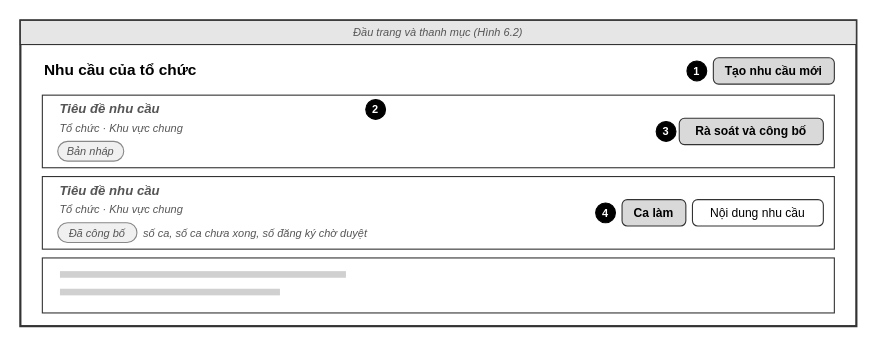
Before: docs/giao_dien/drawio/M06_Danh_sach_nhu_cau.drawio in kanishere55/OOSD_NenTangDieuPhoi_TNV, a draw.io diagram. Source tidied: cells renumbered, new cells numbered last; positions are measured from the earlier drawing's top-left corner, leaving out a move shared by most shapes. Both pictures are drawn from the tidied source at 110%, with x=0, y=0 at pixel (20, 20).
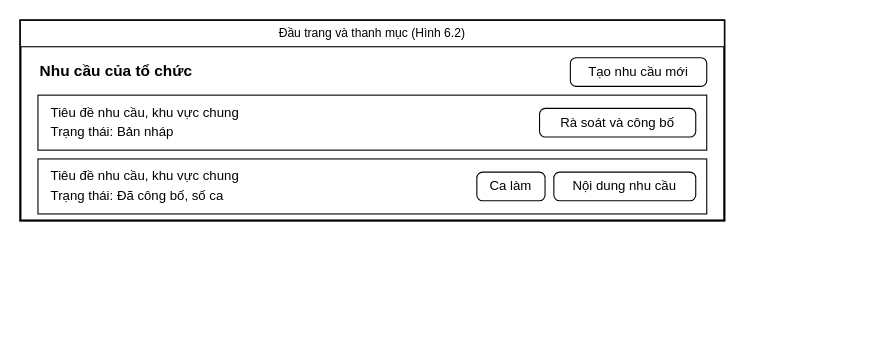
Above is the later version.

The edit, as a diff of the source:
```diff
@@
-    <mxCell id="2" style="rounded=0;whiteSpace=wrap;html=1;fillColor=#ffffff;strokeColor=#333333;strokeWidth=2;" parent="1" vertex="1">
-      <mxGeometry width="760" height="278" as="geometry" />
+    <mxCell id="2" style="rounded=0;whiteSpace=wrap;html=1;fillColor=#ffffff;strokeColor=#000000;strokeWidth=2;" parent="1" vertex="1">
+      <mxGeometry width="640" height="182" as="geometry" />
     </mxCell>
-    <mxCell id="3" value="Đầu trang và thanh mục (Hình 6.2)" style="rounded=0;whiteSpace=wrap;html=1;fillColor=#e6e6e6;strokeColor=#333333;fontSize=10;fontStyle=2;fontColor=#555555;" parent="1" vertex="1">
-      <mxGeometry width="760" height="22" as="geometry" />
+    <mxCell id="3" value="Đầu trang và thanh mục (Hình 6.2)" style="rounded=0;whiteSpace=wrap;html=1;fillColor=#ffffff;strokeColor=#000000;fontColor=#000000;fontSize=11;align=center;" parent="1" vertex="1">
+      <mxGeometry width="640" height="24" as="geometry" />
     </mxCell>
-    <mxCell id="4" value="Nhu cầu của tổ chức" style="text;html=1;strokeColor=none;fillColor=none;align=left;verticalAlign=middle;whiteSpace=wrap;rounded=0;fontSize=14;fontStyle=1;fontColor=#000000;" parent="1" vertex="1">
-      <mxGeometry x="20" y="34" width="400" height="22" as="geometry" />
+    <mxCell id="4" value="Nhu cầu của tổ chức" style="text;html=1;strokeColor=none;fillColor=none;whiteSpace=wrap;verticalAlign=middle;fontColor=#000000;align=left;fontSize=14;fontStyle=1;" parent="1" vertex="1">
+      <mxGeometry x="16" y="34" width="300" height="24" as="geometry" />
     </mxCell>
-    <mxCell id="5" value="Tạo nhu cầu mới" style="rounded=1;arcSize=20;whiteSpace=wrap;html=1;fontSize=11;strokeColor=#333333;fillColor=#d9d9d9;fontStyle=1;" parent="1" vertex="1">
-      <mxGeometry x="630" y="34" width="110" height="24" as="geometry" />
+    <mxCell id="5" value="Tạo nhu cầu mới" style="rounded=1;arcSize=20;whiteSpace=wrap;html=1;fillColor=#ffffff;strokeColor=#000000;fontColor=#000000;fontSize=12;" parent="1" vertex="1">
+      <mxGeometry x="500" y="34" width="124" height="26" as="geometry" />
     </mxCell>
-    <mxCell id="6" value="1" style="ellipse;whiteSpace=wrap;html=1;fillColor=#000000;strokeColor=#000000;fontColor=#ffffff;fontSize=10;fontStyle=1;" parent="1" vertex="1">
-      <mxGeometry x="606" y="37" width="18" height="18" as="geometry" />
+    <mxCell id="6" style="rounded=0;whiteSpace=wrap;html=1;fillColor=#ffffff;strokeColor=#000000;fontColor=#000000;fontSize=12;align=center;" parent="1" vertex="1">
+      <mxGeometry x="16" y="68" width="608" height="50" as="geometry" />
     </mxCell>
-    <mxCell id="7" style="rounded=0;arcSize=8;whiteSpace=wrap;html=1;fillColor=#ffffff;strokeColor=#333333;" parent="1" vertex="1">
-      <mxGeometry x="20" y="68" width="720" height="66" as="geometry" />
+    <mxCell id="7" value="Tiêu đề nhu cầu, khu vực chung" style="text;html=1;strokeColor=none;fillColor=none;whiteSpace=wrap;verticalAlign=middle;fontColor=#000000;align=left;fontSize=12;fontStyle=0;" parent="1" vertex="1">
+      <mxGeometry x="26" y="75" width="588" height="18" as="geometry" />
     </mxCell>
-    <mxCell id="8" value="Tiêu đề nhu cầu" style="text;html=1;strokeColor=none;fillColor=none;align=left;verticalAlign=middle;whiteSpace=wrap;rounded=0;fontSize=12;fontStyle=3;fontColor=#555555;" parent="1" vertex="1">
-      <mxGeometry x="34" y="72" width="300" height="18" as="geometry" />
+    <mxCell id="8" value="Trạng thái: Bản nháp" style="text;html=1;strokeColor=none;fillColor=none;whiteSpace=wrap;verticalAlign=middle;fontColor=#000000;align=left;fontSize=12;fontStyle=0;" parent="1" vertex="1">
+      <mxGeometry x="26" y="93" width="588" height="18" as="geometry" />
     </mxCell>
-    <mxCell id="9" value="Tổ chức · Khu vực chung" style="text;html=1;strokeColor=none;fillColor=none;align=left;verticalAlign=middle;whiteSpace=wrap;rounded=0;fontSize=10;fontStyle=2;fontColor=#555555;" parent="1" vertex="1">
-      <mxGeometry x="34" y="90" width="300" height="16" as="geometry" />
+    <mxCell id="9" value="Rà soát và công bố" style="rounded=1;arcSize=20;whiteSpace=wrap;html=1;fillColor=#ffffff;strokeColor=#000000;fontColor=#000000;fontSize=12;" parent="1" vertex="1">
+      <mxGeometry x="472" y="80" width="142" height="26" as="geometry" />
     </mxCell>
-    <mxCell id="10" value="Bản nháp" style="rounded=1;arcSize=50;whiteSpace=wrap;html=1;fontSize=10;fontStyle=2;fontColor=#555555;fillColor=#f0f0f0;strokeColor=#888888;" parent="1" vertex="1">
-      <mxGeometry x="34" y="110" width="60" height="18" as="geometry" />
+    <mxCell id="10" style="rounded=0;whiteSpace=wrap;html=1;fillColor=#ffffff;strokeColor=#000000;fontColor=#000000;fontSize=12;align=center;" parent="1" vertex="1">
+      <mxGeometry x="16" y="126" width="608" height="50" as="geometry" />
     </mxCell>
-    <mxCell id="11" value="2" style="ellipse;whiteSpace=wrap;html=1;fillColor=#000000;strokeColor=#000000;fontColor=#ffffff;fontSize=10;fontStyle=1;" parent="1" vertex="1">
-      <mxGeometry x="314" y="72" width="18" height="18" as="geometry" />
+    <mxCell id="11" value="Tiêu đề nhu cầu, khu vực chung" style="text;html=1;strokeColor=none;fillColor=none;whiteSpace=wrap;verticalAlign=middle;fontColor=#000000;align=left;fontSize=12;fontStyle=0;" parent="1" vertex="1">
+      <mxGeometry x="26" y="133" width="588" height="18" as="geometry" />
     </mxCell>
-    <mxCell id="12" value="Rà soát và công bố" style="rounded=1;arcSize=20;whiteSpace=wrap;html=1;fontSize=11;strokeColor=#333333;fillColor=#d9d9d9;fontStyle=1;" parent="1" vertex="1">
-      <mxGeometry x="599" y="89" width="131" height="24" as="geometry" />
+    <mxCell id="12" value="Trạng thái: Đã công bố, số ca" style="text;html=1;strokeColor=none;fillColor=none;whiteSpace=wrap;verticalAlign=middle;fontColor=#000000;align=left;fontSize=12;fontStyle=0;" parent="1" vertex="1">
+      <mxGeometry x="26" y="151" width="588" height="18" as="geometry" />
     </mxCell>
-    <mxCell id="13" value="3" style="ellipse;whiteSpace=wrap;html=1;fillColor=#000000;strokeColor=#000000;fontColor=#ffffff;fontSize=10;fontStyle=1;" parent="1" vertex="1">
-      <mxGeometry x="578" y="92" width="18" height="18" as="geometry" />
+    <mxCell id="13" value="Nội dung nhu cầu" style="rounded=1;arcSize=20;whiteSpace=wrap;html=1;fillColor=#ffffff;strokeColor=#000000;fontColor=#000000;fontSize=12;" parent="1" vertex="1">
+      <mxGeometry x="485" y="138" width="129" height="26" as="geometry" />
     </mxCell>
-    <mxCell id="14" style="rounded=0;arcSize=8;whiteSpace=wrap;html=1;fillColor=#ffffff;strokeColor=#333333;" parent="1" vertex="1">
-      <mxGeometry x="20" y="142" width="720" height="66" as="geometry" />
+    <mxCell id="14" value="Ca làm" style="rounded=1;arcSize=20;whiteSpace=wrap;html=1;fillColor=#ffffff;strokeColor=#000000;fontColor=#000000;fontSize=12;" parent="1" vertex="1">
+      <mxGeometry x="415" y="138" width="62" height="26" as="geometry" />
     </mxCell>
-    <mxCell id="15" value="Tiêu đề nhu cầu" style="text;html=1;strokeColor=none;fillColor=none;align=left;verticalAlign=middle;whiteSpace=wrap;rounded=0;fontSize=12;fontStyle=3;fontColor=#555555;" parent="1" vertex="1">
-      <mxGeometry x="34" y="146" width="300" height="18" as="geometry" />
-    </mxCell>
-    <mxCell id="16" value="Tổ chức · Khu vực chung" style="text;html=1;strokeColor=none;fillColor=none;align=left;verticalAlign=middle;whiteSpace=wrap;rounded=0;fontSize=10;fontStyle=2;fontColor=#555555;" parent="1" vertex="1">
-      <mxGeometry x="34" y="164" width="300" height="16" as="geometry" />
-    </mxCell>
-    <mxCell id="17" value="Đã công bố" style="rounded=1;arcSize=50;whiteSpace=wrap;html=1;fontSize=10;fontStyle=2;fontColor=#555555;fillColor=#f0f0f0;strokeColor=#888888;" parent="1" vertex="1">
-      <mxGeometry x="34" y="184" width="72" height="18" as="geometry" />
-    </mxCell>
-    <mxCell id="18" value="số ca, số ca chưa xong, số đăng ký chờ duyệt" style="text;html=1;strokeColor=none;fillColor=none;align=left;verticalAlign=middle;whiteSpace=wrap;rounded=0;fontSize=10;fontStyle=2;fontColor=#555555;" parent="1" vertex="1">
-      <mxGeometry x="110" y="184" width="330" height="18" as="geometry" />
-    </mxCell>
-    <mxCell id="19" value="Nội dung nhu cầu" style="rounded=1;arcSize=20;whiteSpace=wrap;html=1;fontSize=11;strokeColor=#333333;fillColor=#ffffff;" parent="1" vertex="1">
-      <mxGeometry x="611" y="163" width="119" height="24" as="geometry" />
-    </mxCell>
-    <mxCell id="20" value="Ca làm" style="rounded=1;arcSize=20;whiteSpace=wrap;html=1;fontSize=11;strokeColor=#333333;fillColor=#d9d9d9;fontStyle=1;" parent="1" vertex="1">
-      <mxGeometry x="547" y="163" width="58" height="24" as="geometry" />
-    </mxCell>
-    <mxCell id="21" value="4" style="ellipse;whiteSpace=wrap;html=1;fillColor=#000000;strokeColor=#000000;fontColor=#ffffff;fontSize=10;fontStyle=1;" parent="1" vertex="1">
-      <mxGeometry x="523" y="166" width="18" height="18" as="geometry" />
-    </mxCell>
-    <mxCell id="22" style="rounded=0;arcSize=8;whiteSpace=wrap;html=1;fillColor=#ffffff;strokeColor=#333333;" parent="1" vertex="1">
-      <mxGeometry x="20" y="216" width="720" height="50" as="geometry" />
-    </mxCell>
-    <mxCell id="23" style="rounded=0;whiteSpace=wrap;html=1;fillColor=#d0d0d0;strokeColor=none;" parent="1" vertex="1">
-      <mxGeometry x="36" y="228" width="260" height="6" as="geometry" />
-    </mxCell>
-    <mxCell id="24" style="rounded=0;whiteSpace=wrap;html=1;fillColor=#d0d0d0;strokeColor=none;" parent="1" vertex="1">
-      <mxGeometry x="36" y="244" width="200" height="6" as="geometry" />
-    </mxCell>
```
